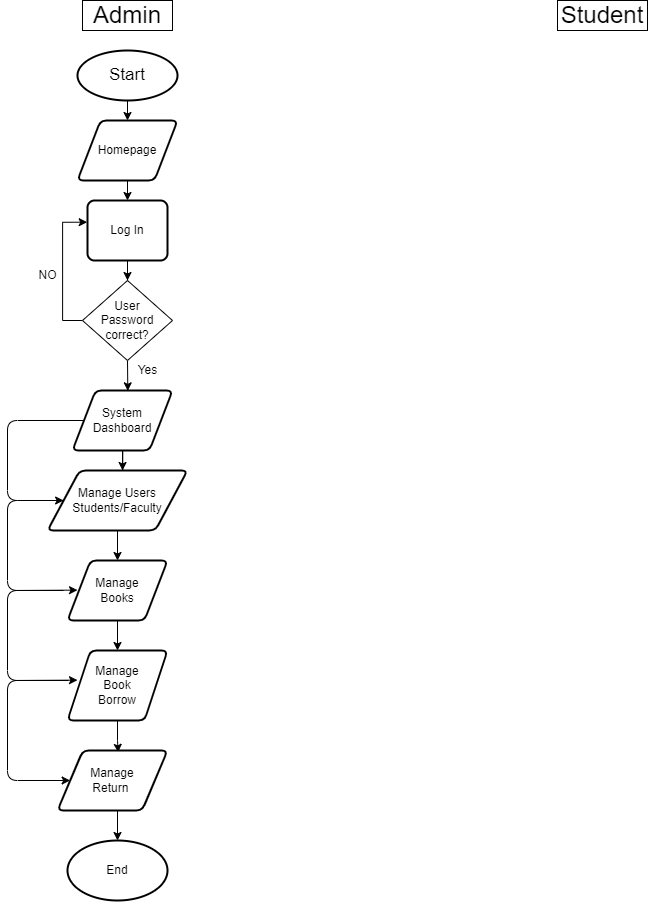
This is Untitled Diagram.drawio.png from Jayrou12345/Flowchart, a draw.io export, as it was before one commit. Source tidied: cells renumbered, new cells last; positions are measured from the earlier drawing's top-left corner, leaving out a move shared by most shapes.
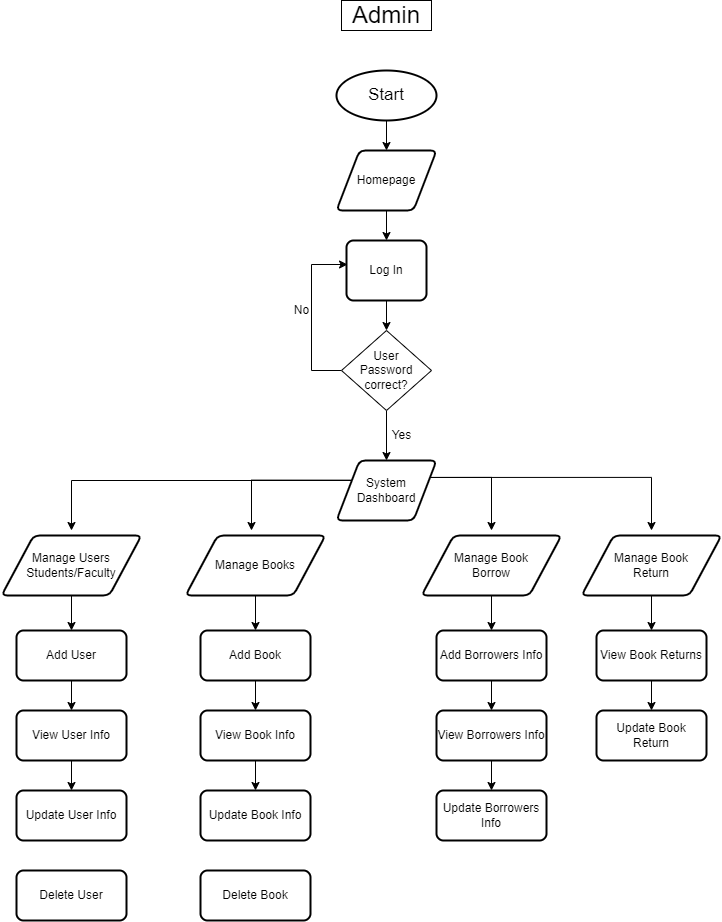
The same file after the commit.

The edit, as a diff of the source:
```diff
@@ -2,144 +2,190 @@
   <root>
     <mxCell id="0" />
     <mxCell id="1" parent="0" />
-    <mxCell id="2" style="rounded=0;html=1;jettySize=auto;fontSize=11;endArrow=block;endFill=0;endSize=8;strokeWidth=1;shadow=0;labelBackgroundColor=none;edgeStyle=orthogonalEdgeStyle;" parent="1" edge="1" target="x">
+    <mxCell id="2" style="rounded=0;html=1;jettySize=auto;orthogonalLoop=1;fontSize=11;endArrow=block;endFill=0;endSize=8;strokeWidth=1;shadow=0;labelBackgroundColor=none;edgeStyle=orthogonalEdgeStyle;" parent="1" edge="1">
       <mxGeometry relative="1" as="geometry">
         <mxPoint x="130" y="50" as="sourcePoint" />
       </mxGeometry>
     </mxCell>
-    <mxCell id="3" value="Yes" style="rounded=0;html=1;jettySize=auto;fontSize=11;endArrow=block;endFill=0;endSize=8;strokeWidth=1;shadow=0;labelBackgroundColor=none;edgeStyle=orthogonalEdgeStyle;" parent="1" edge="1" source="x">
+    <mxCell id="3" value="Yes" style="rounded=0;html=1;jettySize=auto;orthogonalLoop=1;fontSize=11;endArrow=block;endFill=0;endSize=8;strokeWidth=1;shadow=0;labelBackgroundColor=none;edgeStyle=orthogonalEdgeStyle;" parent="1" edge="1">
       <mxGeometry y="20" relative="1" as="geometry">
         <mxPoint x="130" y="220" as="targetPoint" />
       </mxGeometry>
     </mxCell>
-    <mxCell id="4" value="No" style="edgeStyle=orthogonalEdgeStyle;rounded=0;html=1;jettySize=auto;fontSize=11;endArrow=block;endFill=0;endSize=8;strokeWidth=1;shadow=0;labelBackgroundColor=none;" parent="1" edge="1" target="x">
+    <mxCell id="4" value="No" style="edgeStyle=orthogonalEdgeStyle;rounded=0;html=1;jettySize=auto;orthogonalLoop=1;fontSize=11;endArrow=block;endFill=0;endSize=8;strokeWidth=1;shadow=0;labelBackgroundColor=none;" parent="1" edge="1">
       <mxGeometry y="10" relative="1" as="geometry">
         <mxPoint x="180" y="140" as="sourcePoint" />
       </mxGeometry>
     </mxCell>
-    <mxCell id="5" value="No" style="rounded=0;html=1;jettySize=auto;fontSize=11;endArrow=block;endFill=0;endSize=8;strokeWidth=1;shadow=0;labelBackgroundColor=none;edgeStyle=orthogonalEdgeStyle;" parent="1" edge="1" source="x">
+    <mxCell id="5" value="No" style="rounded=0;html=1;jettySize=auto;orthogonalLoop=1;fontSize=11;endArrow=block;endFill=0;endSize=8;strokeWidth=1;shadow=0;labelBackgroundColor=none;edgeStyle=orthogonalEdgeStyle;" parent="1" edge="1">
       <mxGeometry x="0.33" y="20" relative="1" as="geometry">
         <mxPoint x="130" y="360" as="targetPoint" />
       </mxGeometry>
     </mxCell>
-    <mxCell id="6" value="Yes" style="edgeStyle=orthogonalEdgeStyle;rounded=0;html=1;jettySize=auto;fontSize=11;endArrow=block;endFill=0;endSize=8;strokeWidth=1;shadow=0;labelBackgroundColor=none;" parent="1" edge="1" target="x">
+    <mxCell id="6" value="Yes" style="edgeStyle=orthogonalEdgeStyle;rounded=0;html=1;jettySize=auto;orthogonalLoop=1;fontSize=11;endArrow=block;endFill=0;endSize=8;strokeWidth=1;shadow=0;labelBackgroundColor=none;" parent="1" edge="1">
       <mxGeometry y="10" relative="1" as="geometry">
         <mxPoint x="180" y="260" as="sourcePoint" />
       </mxGeometry>
     </mxCell>
+    <mxCell id="35" style="edgeStyle=orthogonalEdgeStyle;rounded=0;jettySize=auto;html=1;exitX=0.5;exitY=1;exitDx=0;exitDy=0;exitPerimeter=0;entryX=0.5;entryY=0;entryDx=0;entryDy=0;" parent="1" edge="1" source="7" target="10">
+      <mxGeometry relative="1" as="geometry" />
+    </mxCell>
     <mxCell id="7" value="&lt;font style=&quot;font-size: 17px;&quot;&gt;Start&lt;/font&gt;" style="strokeWidth=2;html=1;shape=mxgraph.flowchart.start_2;whiteSpace=wrap;" parent="1" vertex="1">
-      <mxGeometry x="70" y="50" width="100" height="50" as="geometry" />
+      <mxGeometry x="335" y="50" width="100" height="50" as="geometry" />
     </mxCell>
     <mxCell id="8" value="&lt;font style=&quot;font-size: 24px;&quot;&gt;Admin&lt;/font&gt;" style="rounded=0;whiteSpace=wrap;html=1;" parent="1" vertex="1">
-      <mxGeometry x="75" width="90" height="30" as="geometry" />
+      <mxGeometry x="340" y="-20" width="90" height="30" as="geometry" />
     </mxCell>
-    <mxCell id="9" style="endArrow=classic;html=1;rounded=0;" parent="1" edge="1" target="10">
-      <mxGeometry relative="1" as="geometry">
-        <mxPoint x="120" y="100" as="sourcePoint" />
-      </mxGeometry>
-    </mxCell>
+    <mxCell id="36" style="edgeStyle=orthogonalEdgeStyle;rounded=0;jettySize=auto;html=1;exitX=0.5;exitY=1;exitDx=0;exitDy=0;entryX=0.5;entryY=0;entryDx=0;entryDy=0;" parent="1" edge="1" source="10" target="12">
+      <mxGeometry relative="1" as="geometry" />
+    </mxCell>
     <mxCell id="10" value="Homepage" style="shape=parallelogram;html=1;strokeWidth=2;perimeter=parallelogramPerimeter;whiteSpace=wrap;rounded=1;arcSize=12;size=0.23;" parent="1" vertex="1">
-      <mxGeometry x="70" y="120" width="100" height="60" as="geometry" />
+      <mxGeometry x="335" y="130" width="100" height="60" as="geometry" />
     </mxCell>
-    <mxCell id="11" style="edgeStyle=orthogonalEdgeStyle;rounded=0;jettySize=auto;html=1;" parent="1" edge="1" source="12" target="16">
+    <mxCell id="11" style="edgeStyle=orthogonalEdgeStyle;rounded=0;jettySize=auto;html=1;exitX=0.5;exitY=1;exitDx=0;exitDy=0;entryX=0.5;entryY=0;entryDx=0;entryDy=0;" parent="1" edge="1" source="12" target="16">
       <mxGeometry relative="1" as="geometry" />
     </mxCell>
     <mxCell id="12" value="Log In" style="rounded=1;whiteSpace=wrap;html=1;absoluteArcSize=1;arcSize=14;strokeWidth=2;" parent="1" vertex="1">
-      <mxGeometry x="80" y="200" width="80" height="60" as="geometry" />
+      <mxGeometry x="345" y="220" width="80" height="60" as="geometry" />
     </mxCell>
-    <mxCell id="13" style="endArrow=classic;html=1;rounded=0;entryX=0.5;entryY=0;entryDx=0;entryDy=0;" parent="1" edge="1" target="12">
-      <mxGeometry relative="1" as="geometry">
-        <mxPoint x="120" y="180" as="sourcePoint" />
-      </mxGeometry>
-    </mxCell>
-    <mxCell id="14" style="edgeStyle=orthogonalEdgeStyle;rounded=0;jettySize=auto;html=1;exitX=0;exitY=0.5;exitDx=0;exitDy=0;entryX=-0.004;entryY=0.361;entryDx=0;entryDy=0;entryPerimeter=0;" parent="1" edge="1" source="16" target="12">
-      <mxGeometry relative="1" as="geometry" />
+    <mxCell id="14" style="edgeStyle=orthogonalEdgeStyle;rounded=0;jettySize=auto;html=1;exitX=0;exitY=0.5;exitDx=0;exitDy=0;entryX=0.013;entryY=0.4;entryDx=0;entryDy=0;entryPerimeter=0;" parent="1" edge="1" source="16" target="12">
+      <mxGeometry relative="1" as="geometry">
+        <Array as="points">
+          <mxPoint x="310" y="350" />
+          <mxPoint x="310" y="244" />
+        </Array>
+      </mxGeometry>
     </mxCell>
-    <mxCell id="15" style="edgeStyle=orthogonalEdgeStyle;rounded=0;jettySize=auto;html=1;exitX=0.5;exitY=1;exitDx=0;exitDy=0;entryX=0.553;entryY=0.006;entryDx=0;entryDy=0;entryPerimeter=0;" parent="1" edge="1" source="16" target="20">
+    <mxCell id="15" style="edgeStyle=orthogonalEdgeStyle;rounded=0;jettySize=auto;html=1;exitX=0.5;exitY=1;exitDx=0;exitDy=0;entryX=0.5;entryY=0;entryDx=0;entryDy=0;" parent="1" edge="1" source="16" target="20">
       <mxGeometry relative="1" as="geometry" />
     </mxCell>
     <mxCell id="16" value="User&lt;br&gt;Password&lt;br&gt;correct?" style="rhombus;whiteSpace=wrap;html=1;" parent="1" vertex="1">
-      <mxGeometry x="75" y="280" width="90" height="80" as="geometry" />
+      <mxGeometry x="340" y="310" width="90" height="80" as="geometry" />
     </mxCell>
-    <mxCell id="17" value="NO" style="text;html=1;align=center;verticalAlign=middle;strokeColor=none;fillColor=none;" parent="1" vertex="1">
-      <mxGeometry x="20" y="260" width="40" height="30" as="geometry" />
-    </mxCell>
-    <mxCell id="18" style="rounded=1;jettySize=auto;html=1;exitX=0;exitY=0.5;exitDx=0;exitDy=0;" parent="1" edge="1" source="20" target="22">
-      <mxGeometry relative="1" as="geometry">
-        <Array as="points">
-          <mxPoint y="420" />
-          <mxPoint y="500" />
-        </Array>
-      </mxGeometry>
-    </mxCell>
-    <mxCell id="19" style="edgeStyle=orthogonalEdgeStyle;rounded=0;jettySize=auto;html=1;" parent="1" edge="1" source="20">
-      <mxGeometry relative="1" as="geometry">
-        <mxPoint x="115" y="470" as="targetPoint" />
-      </mxGeometry>
-    </mxCell>
+    <mxCell id="37" style="edgeStyle=orthogonalEdgeStyle;rounded=0;jettySize=auto;html=1;" parent="1" edge="1" source="20">
+      <mxGeometry relative="1" as="geometry">
+        <mxPoint x="70" y="510" as="targetPoint" />
+        <Array as="points">
+          <mxPoint x="70" y="460" />
+          <mxPoint x="70" y="510" />
+        </Array>
+      </mxGeometry>
+    </mxCell>
+    <mxCell id="38" style="edgeStyle=orthogonalEdgeStyle;rounded=0;jettySize=auto;html=1;exitX=1;exitY=0.25;exitDx=0;exitDy=0;" parent="1" edge="1" source="20">
+      <mxGeometry relative="1" as="geometry">
+        <mxPoint x="650" y="510" as="targetPoint" />
+        <Array as="points">
+          <mxPoint x="650" y="457" />
+          <mxPoint x="650" y="510" />
+        </Array>
+      </mxGeometry>
+    </mxCell>
+    <mxCell id="39" style="edgeStyle=orthogonalEdgeStyle;rounded=0;jettySize=auto;html=1;exitX=1;exitY=0.25;exitDx=0;exitDy=0;" parent="1" edge="1" source="20">
+      <mxGeometry relative="1" as="geometry">
+        <mxPoint x="490" y="510" as="targetPoint" />
+        <Array as="points">
+          <mxPoint x="490" y="457" />
+          <mxPoint x="490" y="510" />
+        </Array>
+      </mxGeometry>
+    </mxCell>
+    <mxCell id="40" style="edgeStyle=orthogonalEdgeStyle;rounded=0;jettySize=auto;html=1;exitX=0;exitY=0.25;exitDx=0;exitDy=0;" parent="1" edge="1" source="20">
+      <mxGeometry relative="1" as="geometry">
+        <mxPoint x="250" y="510" as="targetPoint" />
+      </mxGeometry>
+    </mxCell>
     <mxCell id="20" value="System&lt;br&gt;Dashboard" style="shape=parallelogram;html=1;strokeWidth=2;perimeter=parallelogramPerimeter;whiteSpace=wrap;rounded=1;arcSize=12;size=0.23;" parent="1" vertex="1">
-      <mxGeometry x="65" y="390" width="100" height="60" as="geometry" />
+      <mxGeometry x="335" y="440" width="100" height="60" as="geometry" />
     </mxCell>
-    <mxCell id="21" style="edgeStyle=orthogonalEdgeStyle;rounded=0;jettySize=auto;html=1;exitX=0.5;exitY=1;exitDx=0;exitDy=0;entryX=0.5;entryY=0;entryDx=0;entryDy=0;" parent="1" edge="1" source="22" target="24">
-      <mxGeometry relative="1" as="geometry" />
-    </mxCell>
+    <mxCell id="41" style="edgeStyle=orthogonalEdgeStyle;rounded=0;jettySize=auto;html=1;exitX=0.5;exitY=1;exitDx=0;exitDy=0;entryX=0.5;entryY=0;entryDx=0;entryDy=0;" parent="1" edge="1" source="22" target="48">
+      <mxGeometry relative="1" as="geometry" />
+    </mxCell>
     <mxCell id="22" value="Manage Users&lt;br&gt;Students/Faculty" style="shape=parallelogram;html=1;strokeWidth=2;perimeter=parallelogramPerimeter;whiteSpace=wrap;rounded=1;arcSize=12;size=0.23;" parent="1" vertex="1">
-      <mxGeometry x="40" y="470" width="140" height="60" as="geometry" />
+      <mxGeometry y="515" width="140" height="60" as="geometry" />
     </mxCell>
-    <mxCell id="23" style="edgeStyle=orthogonalEdgeStyle;rounded=0;jettySize=auto;html=1;exitX=0.5;exitY=1;exitDx=0;exitDy=0;entryX=0.5;entryY=0;entryDx=0;entryDy=0;" parent="1" edge="1" source="24" target="26">
-      <mxGeometry relative="1" as="geometry" />
-    </mxCell>
+    <mxCell id="42" value="No" style="text;html=1;align=center;verticalAlign=middle;strokeColor=none;fillColor=none;" parent="1" vertex="1">
+      <mxGeometry x="280" y="275" width="40" height="30" as="geometry" />
+    </mxCell>
+    <mxCell id="33" value="Yes" style="text;html=1;align=center;verticalAlign=middle;strokeColor=none;fillColor=none;" parent="1" vertex="1">
+      <mxGeometry x="380" y="400" width="40" height="30" as="geometry" />
+    </mxCell>
+    <mxCell id="43" style="edgeStyle=orthogonalEdgeStyle;rounded=0;jettySize=auto;html=1;exitX=0.5;exitY=1;exitDx=0;exitDy=0;entryX=0.5;entryY=0;entryDx=0;entryDy=0;" parent="1" edge="1" source="24" target="53">
+      <mxGeometry relative="1" as="geometry" />
+    </mxCell>
-    <mxCell id="24" value="Manage&lt;br&gt;Books" style="shape=parallelogram;html=1;strokeWidth=2;perimeter=parallelogramPerimeter;whiteSpace=wrap;rounded=1;arcSize=12;size=0.23;" parent="1" vertex="1">
-      <mxGeometry x="60" y="560" width="100" height="60" as="geometry" />
+    <mxCell id="24" value="Manage Books" style="shape=parallelogram;html=1;strokeWidth=2;perimeter=parallelogramPerimeter;whiteSpace=wrap;rounded=1;arcSize=12;size=0.23;" parent="1" vertex="1">
+      <mxGeometry x="184" y="515" width="140" height="60" as="geometry" />
     </mxCell>
-    <mxCell id="25" style="edgeStyle=orthogonalEdgeStyle;rounded=0;jettySize=auto;html=1;entryX=0.552;entryY=0.031;entryDx=0;entryDy=0;entryPerimeter=0;" parent="1" edge="1" source="26" target="28">
-      <mxGeometry relative="1" as="geometry" />
-    </mxCell>
+    <mxCell id="44" style="edgeStyle=orthogonalEdgeStyle;rounded=0;jettySize=auto;html=1;exitX=0.5;exitY=1;exitDx=0;exitDy=0;entryX=0.5;entryY=0;entryDx=0;entryDy=0;" parent="1" edge="1" source="26" target="60">
+      <mxGeometry relative="1" as="geometry" />
+    </mxCell>
-    <mxCell id="26" value="Manage&lt;br&gt;Book&lt;br&gt;Borrow" style="shape=parallelogram;html=1;strokeWidth=2;perimeter=parallelogramPerimeter;whiteSpace=wrap;rounded=1;arcSize=12;size=0.23;" parent="1" vertex="1">
-      <mxGeometry x="60" y="650" width="100" height="70" as="geometry" />
+    <mxCell id="26" value="Manage Book&lt;br&gt;Borrow" style="shape=parallelogram;html=1;strokeWidth=2;perimeter=parallelogramPerimeter;whiteSpace=wrap;rounded=1;arcSize=12;size=0.23;" parent="1" vertex="1">
+      <mxGeometry x="420" y="515" width="140" height="60" as="geometry" />
     </mxCell>
-    <mxCell id="27" style="edgeStyle=orthogonalEdgeStyle;rounded=0;jettySize=auto;html=1;exitX=0.5;exitY=1;exitDx=0;exitDy=0;entryX=0.5;entryY=0;entryDx=0;entryDy=0;entryPerimeter=0;" parent="1" edge="1" source="28" target="32">
-      <mxGeometry relative="1" as="geometry" />
-    </mxCell>
-    <mxCell id="28" value="Manage&lt;br&gt;Return&amp;nbsp;" style="shape=parallelogram;html=1;strokeWidth=2;perimeter=parallelogramPerimeter;whiteSpace=wrap;rounded=1;arcSize=12;size=0.23;" parent="1" vertex="1">
-      <mxGeometry x="50" y="750" width="110" height="60" as="geometry" />
-    </mxCell>
-    <mxCell id="29" style="endArrow=classic;html=1;rounded=1;exitX=0;exitY=0.5;exitDx=0;exitDy=0;" parent="1" edge="1" source="22">
-      <mxGeometry relative="1" as="geometry">
-        <mxPoint x="70" y="589.6" as="targetPoint" />
-        <Array as="points">
-          <mxPoint y="500" />
-          <mxPoint y="590" />
-        </Array>
-      </mxGeometry>
-    </mxCell>
-    <mxCell id="30" style="endArrow=classic;html=1;rounded=1;exitX=0;exitY=0.5;exitDx=0;exitDy=0;" parent="1" edge="1">
-      <mxGeometry relative="1" as="geometry">
-        <mxPoint x="56" y="590" as="sourcePoint" />
-        <mxPoint x="70" y="679.6" as="targetPoint" />
-        <Array as="points">
-          <mxPoint y="590" />
-          <mxPoint y="680" />
-        </Array>
-      </mxGeometry>
-    </mxCell>
-    <mxCell id="31" style="endArrow=classic;html=1;rounded=1;exitX=0;exitY=0.5;exitDx=0;exitDy=0;entryX=0;entryY=0.5;entryDx=0;entryDy=0;" parent="1" edge="1" target="28">
-      <mxGeometry relative="1" as="geometry">
-        <mxPoint x="61" y="680" as="sourcePoint" />
-        <Array as="points">
-          <mxPoint y="680" />
-          <mxPoint y="780" />
-        </Array>
-      </mxGeometry>
-    </mxCell>
-    <mxCell id="32" value="End" style="strokeWidth=2;html=1;shape=mxgraph.flowchart.start_1;whiteSpace=wrap;" parent="1" vertex="1">
-      <mxGeometry x="60" y="840" width="100" height="60" as="geometry" />
-    </mxCell>
-    <mxCell id="33" value="Yes" style="text;html=1;align=center;verticalAlign=middle;strokeColor=none;fillColor=none;" parent="1" vertex="1">
-      <mxGeometry x="120" y="355" width="40" height="30" as="geometry" />
-    </mxCell>
-    <mxCell id="34" value="&lt;span style=&quot;font-size: 24px;&quot;&gt;Student&lt;br&gt;&lt;/span&gt;" style="rounded=0;whiteSpace=wrap;html=1;" parent="1" vertex="1">
-      <mxGeometry x="550" width="90" height="30" as="geometry" />
-    </mxCell>
+    <mxCell id="45" style="edgeStyle=orthogonalEdgeStyle;rounded=0;jettySize=auto;html=1;exitX=0.5;exitY=1;exitDx=0;exitDy=0;entryX=0.5;entryY=0;entryDx=0;entryDy=0;" parent="1" edge="1" source="46" target="65">
+      <mxGeometry relative="1" as="geometry" />
+    </mxCell>
+    <mxCell id="46" value="Manage Book&lt;br&gt;Return" style="shape=parallelogram;html=1;strokeWidth=2;perimeter=parallelogramPerimeter;whiteSpace=wrap;rounded=1;arcSize=12;size=0.23;" parent="1" vertex="1">
+      <mxGeometry x="580" y="515" width="140" height="60" as="geometry" />
+    </mxCell>
+    <mxCell id="47" style="edgeStyle=orthogonalEdgeStyle;rounded=0;jettySize=auto;html=1;exitX=0.5;exitY=1;exitDx=0;exitDy=0;entryX=0.5;entryY=0;entryDx=0;entryDy=0;" parent="1" edge="1" source="48" target="50">
+      <mxGeometry relative="1" as="geometry" />
+    </mxCell>
+    <mxCell id="48" value="Add User" style="rounded=1;whiteSpace=wrap;html=1;absoluteArcSize=1;arcSize=14;strokeWidth=2;" parent="1" vertex="1">
+      <mxGeometry x="15" y="610" width="110" height="50" as="geometry" />
+    </mxCell>
+    <mxCell id="49" style="edgeStyle=orthogonalEdgeStyle;rounded=0;jettySize=auto;html=1;exitX=0.5;exitY=1;exitDx=0;exitDy=0;entryX=0.5;entryY=0;entryDx=0;entryDy=0;" parent="1" edge="1" source="50" target="51">
+      <mxGeometry relative="1" as="geometry" />
+    </mxCell>
+    <mxCell id="50" value="View User Info" style="rounded=1;whiteSpace=wrap;html=1;absoluteArcSize=1;arcSize=14;strokeWidth=2;" parent="1" vertex="1">
+      <mxGeometry x="15" y="690" width="110" height="50" as="geometry" />
+    </mxCell>
+    <mxCell id="51" value="Update User Info" style="rounded=1;whiteSpace=wrap;html=1;absoluteArcSize=1;arcSize=14;strokeWidth=2;" parent="1" vertex="1">
+      <mxGeometry x="15" y="770" width="110" height="50" as="geometry" />
+    </mxCell>
+    <mxCell id="52" style="edgeStyle=orthogonalEdgeStyle;rounded=0;jettySize=auto;html=1;exitX=0.5;exitY=1;exitDx=0;exitDy=0;entryX=0.5;entryY=0;entryDx=0;entryDy=0;" parent="1" edge="1" source="53" target="55">
+      <mxGeometry relative="1" as="geometry" />
+    </mxCell>
+    <mxCell id="53" value="Add Book" style="rounded=1;whiteSpace=wrap;html=1;absoluteArcSize=1;arcSize=14;strokeWidth=2;" parent="1" vertex="1">
+      <mxGeometry x="199" y="610" width="110" height="50" as="geometry" />
+    </mxCell>
+    <mxCell id="54" style="edgeStyle=orthogonalEdgeStyle;rounded=0;jettySize=auto;html=1;exitX=0.5;exitY=1;exitDx=0;exitDy=0;entryX=0.5;entryY=0;entryDx=0;entryDy=0;" parent="1" edge="1" source="55" target="56">
+      <mxGeometry relative="1" as="geometry" />
+    </mxCell>
+    <mxCell id="55" value="View Book Info" style="rounded=1;whiteSpace=wrap;html=1;absoluteArcSize=1;arcSize=14;strokeWidth=2;" parent="1" vertex="1">
+      <mxGeometry x="199" y="690" width="110" height="50" as="geometry" />
+    </mxCell>
+    <mxCell id="56" value="Update Book Info" style="rounded=1;whiteSpace=wrap;html=1;absoluteArcSize=1;arcSize=14;strokeWidth=2;" parent="1" vertex="1">
+      <mxGeometry x="199" y="770" width="110" height="50" as="geometry" />
+    </mxCell>
+    <mxCell id="57" value="Delete User" style="rounded=1;whiteSpace=wrap;html=1;absoluteArcSize=1;arcSize=14;strokeWidth=2;" parent="1" vertex="1">
+      <mxGeometry x="15" y="850" width="110" height="50" as="geometry" />
+    </mxCell>
+    <mxCell id="58" value="Delete Book" style="rounded=1;whiteSpace=wrap;html=1;absoluteArcSize=1;arcSize=14;strokeWidth=2;" parent="1" vertex="1">
+      <mxGeometry x="199" y="850" width="110" height="50" as="geometry" />
+    </mxCell>
+    <mxCell id="59" style="edgeStyle=orthogonalEdgeStyle;rounded=0;jettySize=auto;html=1;exitX=0.5;exitY=1;exitDx=0;exitDy=0;entryX=0.5;entryY=0;entryDx=0;entryDy=0;" parent="1" edge="1" source="60" target="62">
+      <mxGeometry relative="1" as="geometry" />
+    </mxCell>
+    <mxCell id="60" value="Add Borrowers Info" style="rounded=1;whiteSpace=wrap;html=1;absoluteArcSize=1;arcSize=14;strokeWidth=2;" parent="1" vertex="1">
+      <mxGeometry x="435" y="610" width="110" height="50" as="geometry" />
+    </mxCell>
+    <mxCell id="61" style="edgeStyle=orthogonalEdgeStyle;rounded=0;jettySize=auto;html=1;exitX=0.5;exitY=1;exitDx=0;exitDy=0;entryX=0.5;entryY=0;entryDx=0;entryDy=0;" parent="1" edge="1" source="62" target="63">
+      <mxGeometry relative="1" as="geometry" />
+    </mxCell>
+    <mxCell id="62" value="View Borrowers Info" style="rounded=1;whiteSpace=wrap;html=1;absoluteArcSize=1;arcSize=14;strokeWidth=2;" parent="1" vertex="1">
+      <mxGeometry x="435" y="690" width="110" height="50" as="geometry" />
+    </mxCell>
+    <mxCell id="63" value="Update Borrowers Info" style="rounded=1;whiteSpace=wrap;html=1;absoluteArcSize=1;arcSize=14;strokeWidth=2;" parent="1" vertex="1">
+      <mxGeometry x="435" y="770" width="110" height="50" as="geometry" />
+    </mxCell>
+    <mxCell id="64" style="edgeStyle=orthogonalEdgeStyle;rounded=0;jettySize=auto;html=1;exitX=0.5;exitY=1;exitDx=0;exitDy=0;entryX=0.5;entryY=0;entryDx=0;entryDy=0;" parent="1" edge="1" source="65" target="66">
+      <mxGeometry relative="1" as="geometry" />
+    </mxCell>
+    <mxCell id="65" value="View Book Returns" style="rounded=1;whiteSpace=wrap;html=1;absoluteArcSize=1;arcSize=14;strokeWidth=2;" parent="1" vertex="1">
+      <mxGeometry x="595" y="610" width="110" height="50" as="geometry" />
+    </mxCell>
+    <mxCell id="66" value="Update Book Return" style="rounded=1;whiteSpace=wrap;html=1;absoluteArcSize=1;arcSize=14;strokeWidth=2;" parent="1" vertex="1">
+      <mxGeometry x="595" y="690" width="110" height="50" as="geometry" />
+    </mxCell>
   </root>
 </mxGraphModel>
```
